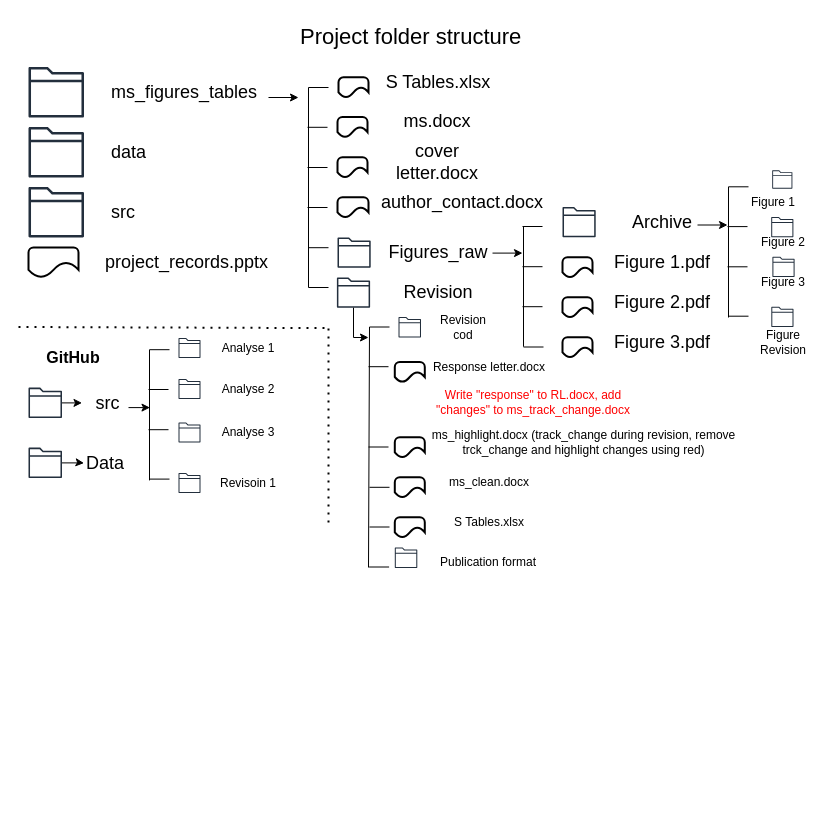
Before: page "Page-1" (1 of 2) of Project_structure_LQ.drawio in liqingbioinfo/Presentations_Public, a draw.io diagram. Source tidied: cells renumbered, new cells numbered last; positions are measured from the earlier drawing's top-left corner, leaving out a move shared by most shapes. Both pictures are drawn from the tidied source at 100%, with x=0, y=0 at pixel (18, 17).
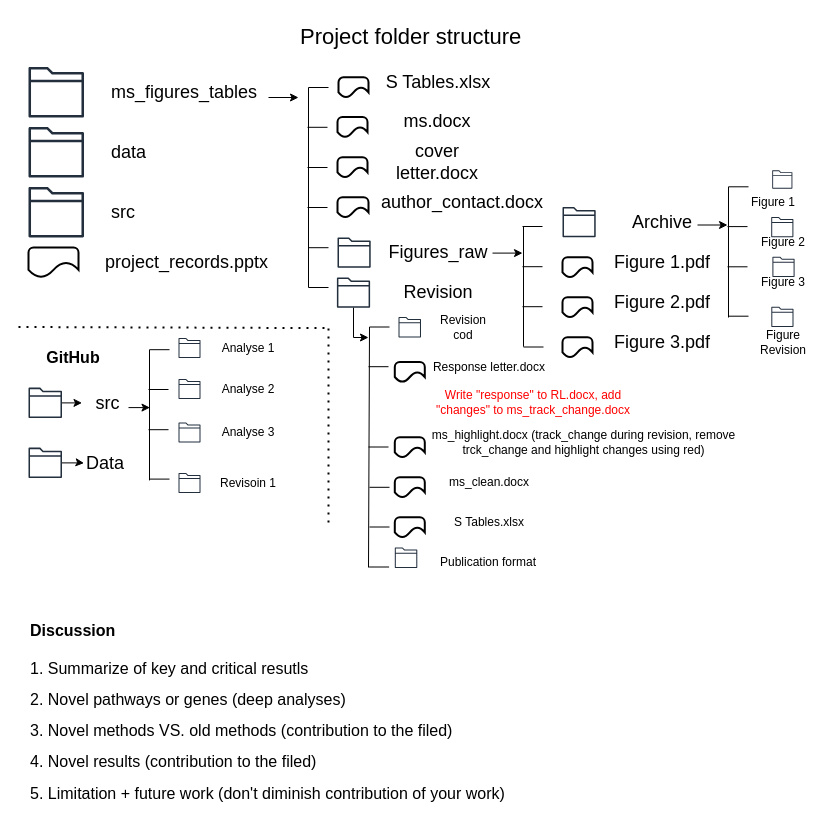
The same diagram, later.

Change to the diagram source:
```diff
@@
+    <mxCell id="104" value="&lt;h1 style=&quot;margin-top: 0px;&quot;&gt;&lt;font style=&quot;font-size: 16px;&quot;&gt;Discussion&lt;/font&gt;&lt;/h1&gt;&lt;p&gt;&lt;font style=&quot;font-size: 16px;&quot;&gt;1. Summarize of key and critical resutls&lt;/font&gt;&lt;/p&gt;&lt;p&gt;&lt;font style=&quot;font-size: 16px;&quot;&gt;2. Novel pathways or genes (deep analyses)&lt;/font&gt;&lt;/p&gt;&lt;p&gt;&lt;font style=&quot;font-size: 16px;&quot;&gt;3. Novel methods VS. old methods (contribution to the filed)&lt;/font&gt;&lt;/p&gt;&lt;p&gt;&lt;font style=&quot;font-size: 16px;&quot;&gt;4. Novel results&amp;nbsp;&lt;/font&gt;&lt;span style=&quot;font-size: 16px; background-color: transparent; color: light-dark(rgb(0, 0, 0), rgb(255, 255, 255));&quot;&gt;(contribution to the filed)&lt;/span&gt;&lt;/p&gt;&lt;p&gt;&lt;font style=&quot;font-size: 16px;&quot;&gt;5. Limitation + future work (don't diminish contribution of your work)&lt;/font&gt;&lt;/p&gt;" style="text;html=1;whiteSpace=wrap;overflow=hidden;rounded=0;" parent="1" vertex="1">
+      <mxGeometry x="10" y="590" width="510" height="210" as="geometry" />
+    </mxCell>
```
